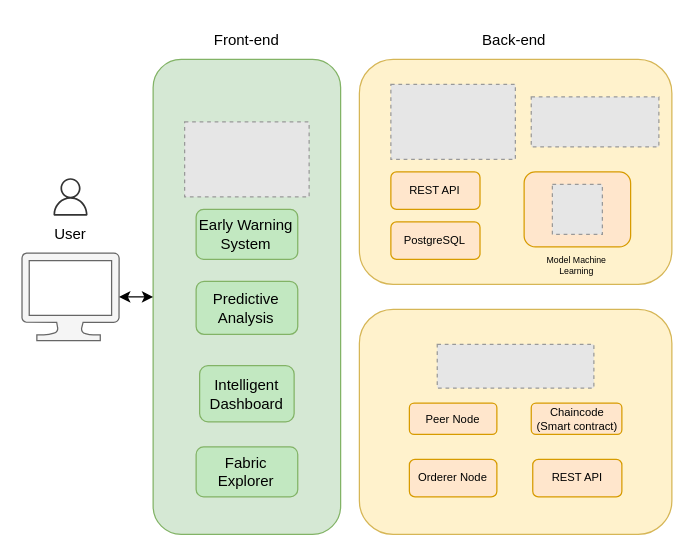
This is Diagram Blockchain System BI.drawio from ariesharry/Diagrams, a draw.io file, before an edit. Source tidied: cells renumbered, new cells numbered last; positions are measured from the earlier drawing's top-left corner, leaving out a move shared by most shapes. Both pictures are drawn from the tidied source at 125%, with x=0, y=0 at pixel (21, 21). Pictures stored in the file or linked from it are replaced by grey dashed boxes.
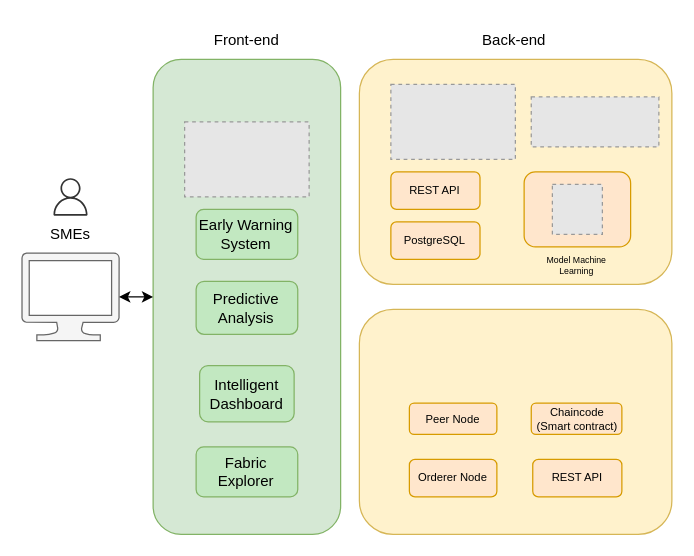
Above is the later version.

Change to the diagram source:
```diff
@@
-    <mxCell id="11" style="fillColor=#E6E6E6;strokeColor=#999999;dashed=1;verticalLabelPosition=bottom;labelBackgroundColor=default;verticalAlign=top;" parent="1" vertex="1">
-      <mxGeometry x="332.3" y="258" width="125.3" height="35" as="geometry" />
-    </mxCell>
@@
-    <mxCell id="24" value="User" style="text;html=1;align=center;verticalAlign=middle;whiteSpace=wrap;rounded=0;" parent="1" vertex="1">
+    <mxCell id="24" value="SMEs" style="text;html=1;align=center;verticalAlign=middle;whiteSpace=wrap;rounded=0;" parent="1" vertex="1">
       <mxGeometry x="8.9" y="155" width="60" height="30" as="geometry" />
     </mxCell>
```
